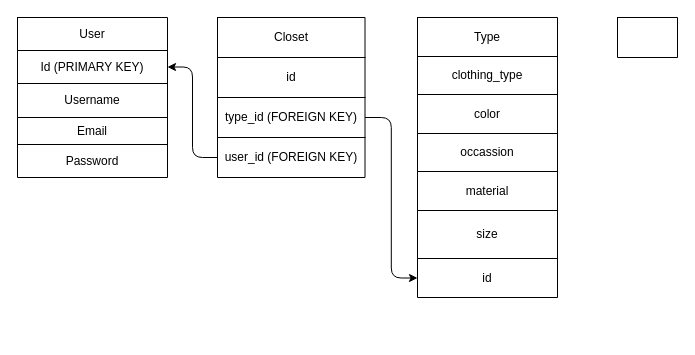
The draw.io diagram concept.drawio in marycv/armoire, before the edit. Source tidied: cells renumbered, new cells numbered last; positions are measured from the earlier drawing's top-left corner, leaving out a move shared by most shapes. Both pictures are drawn from the tidied source at 100%, with x=0, y=0 at pixel (17, 17).
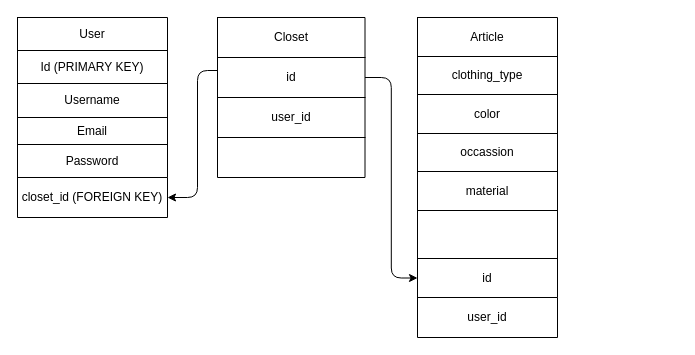
The same diagram, later.

The change refers to these unchanged cells:
```xml
<mxCell id="5" style="shape=partialRectangle;fillColor=none;top=0;left=0;bottom=0;right=0;points=[[0,0.5],[1,0.5]];portConstraint=eastwest;" parent="2" vertex="1">
  <mxGeometry y="33" width="150" height="33" as="geometry" />
</mxCell>
<mxCell id="16" style="shape=partialRectangle;fillColor=none;top=0;left=0;bottom=0;right=0;points=[[0,0.5],[1,0.5]];portConstraint=eastwest;" parent="13" vertex="1">
  <mxGeometry y="40" width="147.5" height="40" as="geometry" />
</mxCell>
<mxCell id="18" style="shape=partialRectangle;fillColor=none;top=0;left=0;bottom=0;right=0;points=[[0,0.5],[1,0.5]];portConstraint=eastwest;" parent="13" vertex="1">
  <mxGeometry y="80" width="147.5" height="40" as="geometry" />
</mxCell>
<mxCell id="20" style="shape=partialRectangle;fillColor=none;top=0;left=0;bottom=0;right=0;points=[[0,0.5],[1,0.5]];portConstraint=eastwest;" parent="13" vertex="1">
  <mxGeometry y="120" width="147.5" height="40" as="geometry" />
</mxCell>
<mxCell id="23" style="shape=partialRectangle;fillColor=none;top=0;left=0;bottom=0;right=0;" parent="22" vertex="1">
  <mxGeometry width="140" height="39" as="geometry" />
</mxCell>
<mxCell id="33" style="shape=partialRectangle;fillColor=none;top=0;left=0;bottom=0;right=0;" parent="22" vertex="1">
  <mxGeometry y="193" width="140" height="48" as="geometry" />
</mxCell>
<mxCell id="35" style="shape=partialRectangle;fillColor=none;top=0;left=0;bottom=0;right=0;points=[[0,0.5],[1,0.5]];portConstraint=eastwest;" parent="22" vertex="1">
  <mxGeometry y="241" width="140" height="39" as="geometry" />
</mxCell>
```

The edit, as a diff of the source:
```diff
@@
-    <mxCell id="19" value="type_id (FOREIGN KEY)" style="shape=partialRectangle;html=1;whiteSpace=wrap;overflow=hidden;fillColor=none;top=0;left=0;bottom=0;right=0;" parent="18" vertex="1">
+    <mxCell id="19" value="user_id" style="shape=partialRectangle;html=1;whiteSpace=wrap;overflow=hidden;fillColor=none;top=0;left=0;bottom=0;right=0;" parent="18" vertex="1">
       <mxGeometry width="148" height="40" as="geometry" />
     </mxCell>
@@
-    <mxCell id="21" value="user_id (FOREIGN KEY)" style="shape=partialRectangle;html=1;whiteSpace=wrap;overflow=hidden;fillColor=none;top=0;left=0;bottom=0;right=0;" parent="20" vertex="1">
+    <mxCell id="21" style="shape=partialRectangle;html=1;whiteSpace=wrap;overflow=hidden;fillColor=none;top=0;left=0;bottom=0;right=0;" parent="20" vertex="1">
       <mxGeometry width="148" height="40" as="geometry" />
     </mxCell>
@@
-    <mxCell id="24" value="Type" style="shape=partialRectangle;html=1;whiteSpace=wrap;overflow=hidden;fillColor=none;top=0;left=0;bottom=0;right=0;" parent="23" vertex="1">
+    <mxCell id="24" value="Article" style="shape=partialRectangle;html=1;whiteSpace=wrap;overflow=hidden;fillColor=none;top=0;left=0;bottom=0;right=0;" parent="23" vertex="1">
       <mxGeometry width="140" height="39" as="geometry" />
     </mxCell>
@@
-    <mxCell id="34" value="size" style="shape=partialRectangle;html=1;whiteSpace=wrap;overflow=hidden;fillColor=none;top=0;left=0;bottom=0;right=0;" parent="33" vertex="1">
+    <mxCell id="34" style="shape=partialRectangle;html=1;whiteSpace=wrap;overflow=hidden;fillColor=none;top=0;left=0;bottom=0;right=0;" parent="33" vertex="1">
       <mxGeometry width="140" height="48" as="geometry" />
     </mxCell>
@@
-    <mxCell id="37" style="edgeStyle=orthogonalEdgeStyle;html=1;exitX=1;exitY=0.5;exitDx=0;exitDy=0;entryX=0;entryY=0.5;entryDx=0;entryDy=0;" parent="1" edge="1" source="18" target="35">
+    <mxCell id="37" style="edgeStyle=orthogonalEdgeStyle;html=1;exitX=1;exitY=0.5;exitDx=0;exitDy=0;entryX=0;entryY=0.5;entryDx=0;entryDy=0;" parent="1" edge="1" source="16" target="35">
       <mxGeometry relative="1" as="geometry" />
     </mxCell>
-    <mxCell id="38" style="edgeStyle=elbowEdgeStyle;html=1;exitX=0;exitY=0.5;exitDx=0;exitDy=0;entryX=1;entryY=0.5;entryDx=0;entryDy=0;" parent="1" edge="1" source="20" target="5">
-      <mxGeometry relative="1" as="geometry" />
+    <mxCell id="38" style="edgeStyle=elbowEdgeStyle;html=1;exitX=0;exitY=0.325;exitDx=0;exitDy=0;entryX=1;entryY=0.5;entryDx=0;entryDy=0;exitPerimeter=0;" parent="1" edge="1" source="16" target="42">
+      <mxGeometry relative="1" as="geometry">
+        <Array as="points">
+          <mxPoint x="180" y="100" />
+        </Array>
+      </mxGeometry>
     </mxCell>
-    <mxCell id="39" style="shape=table;startSize=0;childLayout=tableLayout;" parent="1" vertex="1">
-      <mxGeometry x="600" width="60" height="40" as="geometry" />
-    </mxCell>
-    <mxCell id="40" style="shape=partialRectangle;fillColor=none;top=0;left=0;bottom=0;right=0;" parent="39" vertex="1">
-      <mxGeometry width="60" height="40" as="geometry" />
-    </mxCell>
-    <mxCell id="41" style="shape=partialRectangle;html=1;whiteSpace=wrap;overflow=hidden;fillColor=none;top=0;left=0;bottom=0;right=0;" parent="40" vertex="1">
-      <mxGeometry width="60" height="40" as="geometry" />
+    <mxCell id="41" style="shape=table;startSize=0;childLayout=tableLayout;" parent="1" vertex="1">
+      <mxGeometry y="160" width="150" height="40" as="geometry" />
     </mxCell>
+    <mxCell id="42" style="shape=partialRectangle;fillColor=none;top=0;left=0;bottom=0;right=0;points=[[0,0.5],[1,0.5]];portConstraint=eastwest;" parent="41" vertex="1">
+      <mxGeometry width="150" height="40" as="geometry" />
+    </mxCell>
+    <mxCell id="43" value="closet_id (FOREIGN KEY)" style="shape=partialRectangle;html=1;whiteSpace=wrap;overflow=hidden;fillColor=none;top=0;left=0;bottom=0;right=0;" parent="42" vertex="1">
+      <mxGeometry width="150" height="40" as="geometry" />
+    </mxCell>
+    <mxCell id="44" style="shape=table;startSize=0;childLayout=tableLayout;" parent="1" vertex="1">
+      <mxGeometry x="400" y="280" width="140" height="40" as="geometry" />
+    </mxCell>
+    <mxCell id="45" style="shape=partialRectangle;fillColor=none;top=0;left=0;bottom=0;right=0;" parent="44" vertex="1">
+      <mxGeometry width="140" height="40" as="geometry" />
+    </mxCell>
+    <mxCell id="46" value="user_id" style="shape=partialRectangle;html=1;whiteSpace=wrap;overflow=hidden;fillColor=none;top=0;left=0;bottom=0;right=0;" parent="45" vertex="1">
+      <mxGeometry width="140" height="40" as="geometry" />
+    </mxCell>
```
